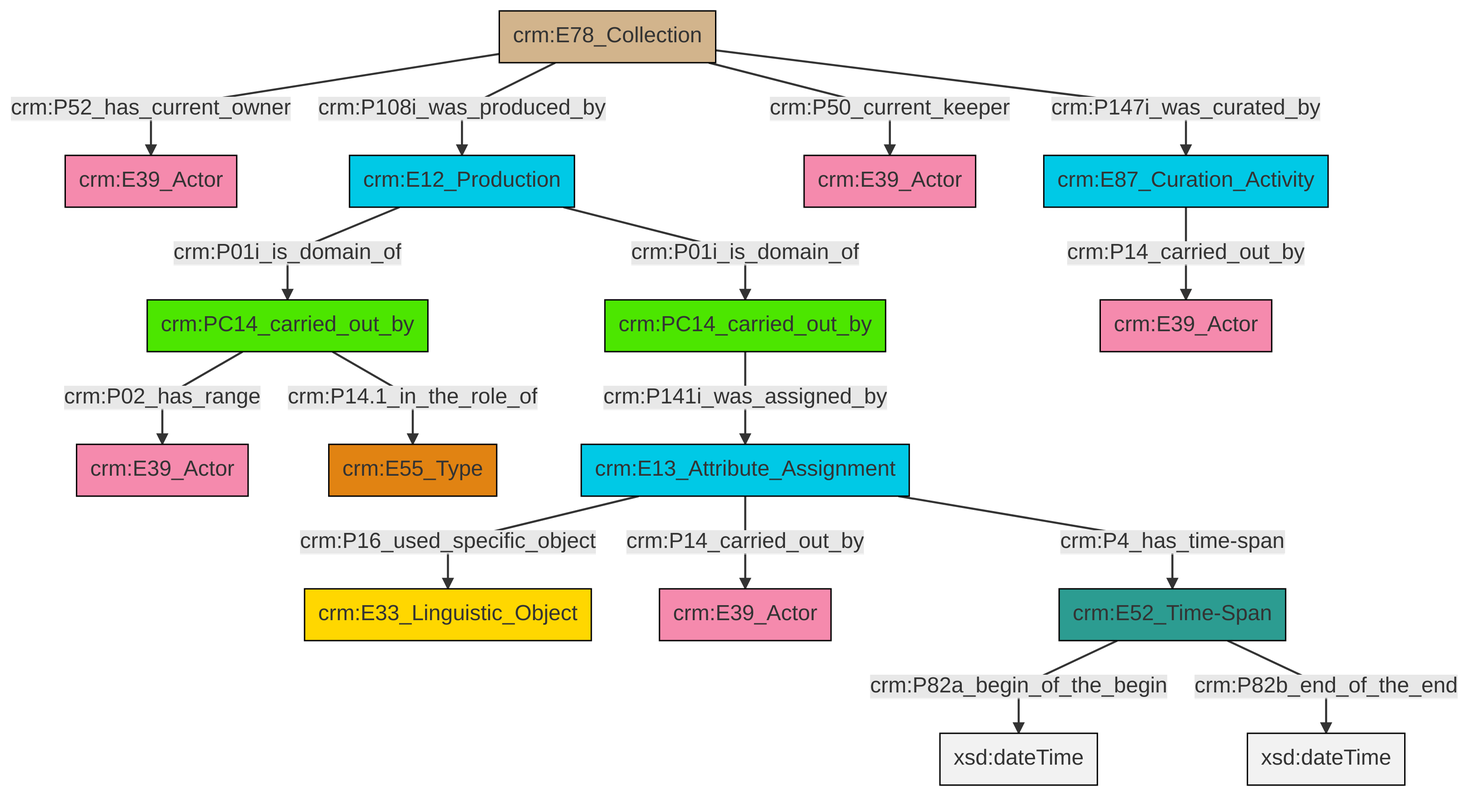
Above: et/archivalCSV/ttl/mmd/png/archival_relation.png in swiss-art-research-net/docs.swissartresearch (Mermaid), before the change. Its source is kept beside it as et/archivalCSV/ttl/mmd/archival_relation.ttl.mmd.
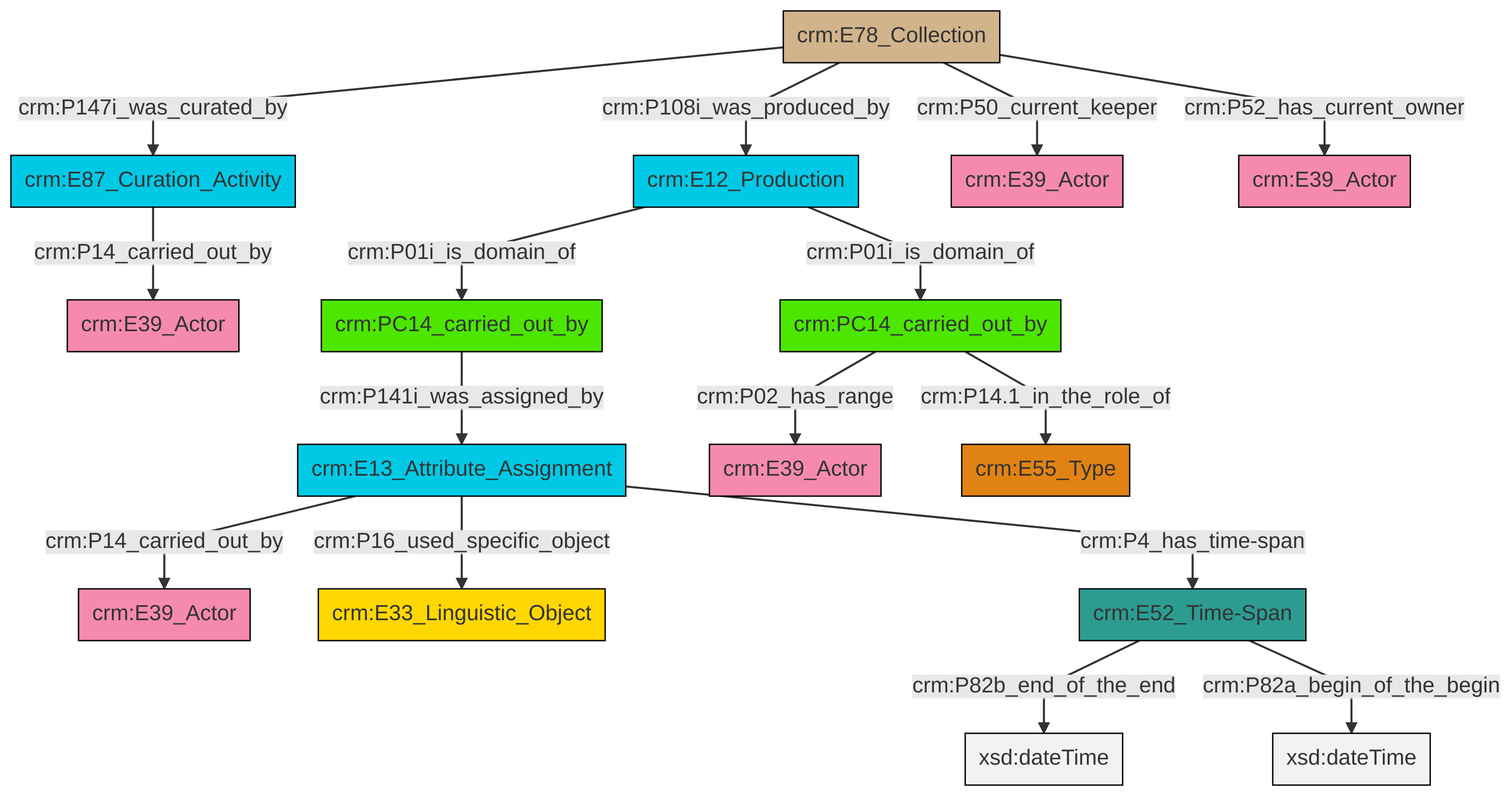
The same file after the commit.

The edit, as a diff of the source:
```diff
@@ -13,18 +13,18 @@
 classDef PC_Classes fill:#4ce600, stroke:#000000;
 classDef Multi fill:#cccccc,stroke:#000000;
 
-0["crm:PC14_carried_out_by"]:::PC_Classes -->|crm:P02_has_range| 1["crm:E39_Actor"]:::Actor
-8["crm:E12_Production"]:::Temporal_Entity -->|crm:P01i_is_domain_of| 0["crm:PC14_carried_out_by"]:::PC_Classes
-9["crm:E13_Attribute_Assignment"]:::Temporal_Entity -->|crm:P16_used_specific_object| 10["crm:E33_Linguistic_Object"]:::Conceptual_Object
-11["crm:E78_Collection"]:::Physical_Thing -->|crm:P52_has_current_owner| 15["crm:E39_Actor"]:::Actor
-9["crm:E13_Attribute_Assignment"]:::Temporal_Entity -->|crm:P14_carried_out_by| 13["crm:E39_Actor"]:::Actor
-11["crm:E78_Collection"]:::Physical_Thing -->|crm:P108i_was_produced_by| 8["crm:E12_Production"]:::Temporal_Entity
-6["crm:PC14_carried_out_by"]:::PC_Classes -->|crm:P141i_was_assigned_by| 9["crm:E13_Attribute_Assignment"]:::Temporal_Entity
-19["crm:E52_Time-Span"]:::Time-Span -->|crm:P82a_begin_of_the_begin| 21[xsd:dateTime]:::Literal
-0["crm:PC14_carried_out_by"]:::PC_Classes -->|crm:P14.1_in_the_role_of| 22["crm:E55_Type"]:::Type
-8["crm:E12_Production"]:::Temporal_Entity -->|crm:P01i_is_domain_of| 6["crm:PC14_carried_out_by"]:::PC_Classes
-23["crm:E87_Curation_Activity"]:::Temporal_Entity -->|crm:P14_carried_out_by| 4["crm:E39_Actor"]:::Actor
-9["crm:E13_Attribute_Assignment"]:::Temporal_Entity -->|crm:P4_has_time-span| 19["crm:E52_Time-Span"]:::Time-Span
-19["crm:E52_Time-Span"]:::Time-Span -->|crm:P82b_end_of_the_end| 28[xsd:dateTime]:::Literal
-11["crm:E78_Collection"]:::Physical_Thing -->|crm:P50_current_keeper| 2["crm:E39_Actor"]:::Actor
-11["crm:E78_Collection"]:::Physical_Thing -->|crm:P147i_was_curated_by| 23["crm:E87_Curation_Activity"]:::Temporal_Entity
+4["crm:E13_Attribute_Assignment"]:::Temporal_Entity -->|crm:P16_used_specific_object| 5["crm:E33_Linguistic_Object"]:::Conceptual_Object
+6["crm:E87_Curation_Activity"]:::Temporal_Entity -->|crm:P14_carried_out_by| 7["crm:E39_Actor"]:::Actor
+2["crm:E78_Collection"]:::Physical_Thing -->|crm:P147i_was_curated_by| 6["crm:E87_Curation_Activity"]:::Temporal_Entity
+10["crm:E52_Time-Span"]:::Time-Span -->|crm:P82b_end_of_the_end| 11[xsd:dateTime]:::Literal
+2["crm:E78_Collection"]:::Physical_Thing -->|crm:P108i_was_produced_by| 15["crm:E12_Production"]:::Temporal_Entity
+4["crm:E13_Attribute_Assignment"]:::Temporal_Entity -->|crm:P14_carried_out_by| 0["crm:E39_Actor"]:::Actor
+2["crm:E78_Collection"]:::Physical_Thing -->|crm:P52_has_current_owner| 23["crm:E39_Actor"]:::Actor
+21["crm:PC14_carried_out_by"]:::PC_Classes -->|crm:P141i_was_assigned_by| 4["crm:E13_Attribute_Assignment"]:::Temporal_Entity
+4["crm:E13_Attribute_Assignment"]:::Temporal_Entity -->|crm:P4_has_time-span| 10["crm:E52_Time-Span"]:::Time-Span
+10["crm:E52_Time-Span"]:::Time-Span -->|crm:P82a_begin_of_the_begin| 24[xsd:dateTime]:::Literal
+16["crm:PC14_carried_out_by"]:::PC_Classes -->|crm:P02_has_range| 8["crm:E39_Actor"]:::Actor
+2["crm:E78_Collection"]:::Physical_Thing -->|crm:P50_current_keeper| 18["crm:E39_Actor"]:::Actor
+16["crm:PC14_carried_out_by"]:::PC_Classes -->|crm:P14.1_in_the_role_of| 12["crm:E55_Type"]:::Type
+15["crm:E12_Production"]:::Temporal_Entity -->|crm:P01i_is_domain_of| 16["crm:PC14_carried_out_by"]:::PC_Classes
+15["crm:E12_Production"]:::Temporal_Entity -->|crm:P01i_is_domain_of| 21["crm:PC14_carried_out_by"]:::PC_Classes
```
